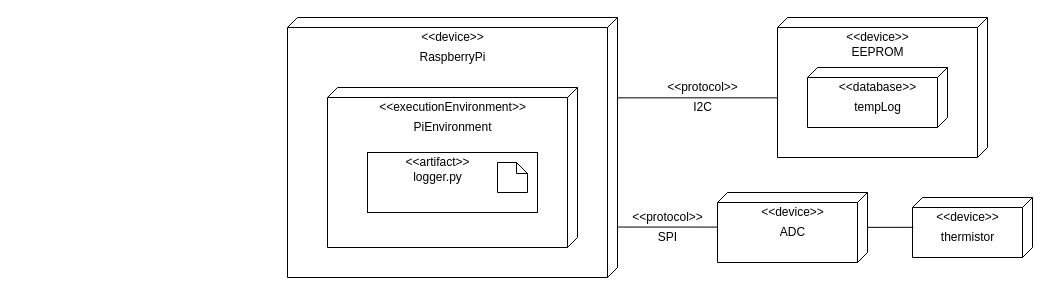
The draw.io diagram diagrams/deploymentdiagram.drawio in hrrhan002/Terrarium-Logger, before the edit. Source tidied: cells renumbered, new cells numbered last; positions are measured from the earlier drawing's top-left corner, leaving out a move shared by most shapes. Both pictures are drawn from the tidied source at 100%, with x=0, y=0 at pixel (287, 17).
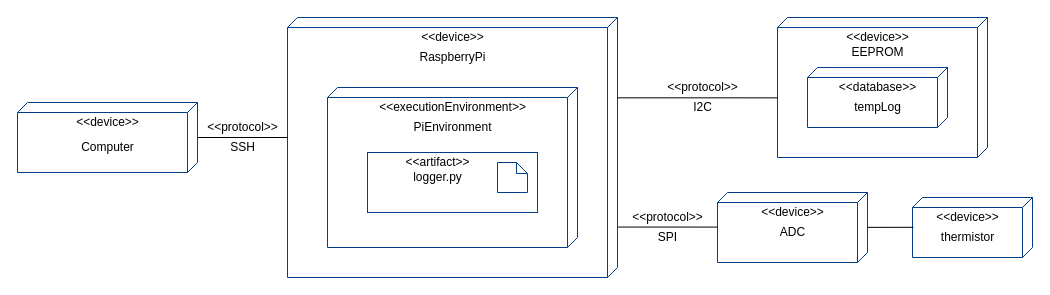
The same page after the edit.

The edit, as a diff of the source:
```diff
@@
-    <mxCell id="2" style="verticalAlign=top;align=center;spacingTop=8;spacingLeft=2;spacingRight=12;shape=cube;size=10;direction=south;fontStyle=4;html=1;" parent="1" vertex="1">
-      <mxGeometry width="330" height="260" as="geometry" />
-    </mxCell>
-    <mxCell id="3" value="&amp;lt;&amp;lt;device&amp;gt;&amp;gt;" style="text;html=1;align=center;verticalAlign=middle;" parent="1" vertex="1">
-      <mxGeometry x="125" y="10" width="80" height="20" as="geometry" />
-    </mxCell>
+    <mxCell id="31" style="verticalAlign=top;align=center;spacingTop=8;spacingLeft=2;spacingRight=12;shape=cube;size=10;direction=south;fontStyle=4;html=1;strokeColor=#003F88;" parent="1" vertex="1">
+      <mxGeometry width="330" height="260" as="geometry" />
+    </mxCell>
+    <mxCell id="32" value="&amp;lt;&amp;lt;device&amp;gt;&amp;gt;" style="text;html=1;align=center;verticalAlign=middle;" parent="1" vertex="1">
+      <mxGeometry x="125" y="10" width="80" height="20" as="geometry" />
+    </mxCell>
@@
-    <mxCell id="5" value="&lt;div&gt;&lt;br&gt;&lt;/div&gt;" style="verticalAlign=top;align=center;spacingTop=8;spacingLeft=2;spacingRight=12;shape=cube;size=10;direction=south;fontStyle=4;html=1;" parent="1" vertex="1">
-      <mxGeometry x="40" y="70" width="250" height="160" as="geometry" />
-    </mxCell>
+    <mxCell id="33" value="&lt;div&gt;&lt;br&gt;&lt;/div&gt;" style="verticalAlign=top;align=center;spacingTop=8;spacingLeft=2;spacingRight=12;shape=cube;size=10;direction=south;fontStyle=4;html=1;strokeColor=#003F88;" parent="1" vertex="1">
+      <mxGeometry x="40" y="70" width="250" height="160" as="geometry" />
+    </mxCell>
@@
-    <mxCell id="8" style="html=1;align=center;" parent="1" vertex="1">
-      <mxGeometry x="80" y="135" width="170" height="60" as="geometry" />
-    </mxCell>
+    <mxCell id="34" style="html=1;align=center;strokeColor=#003F88;" parent="1" vertex="1">
+      <mxGeometry x="80" y="135" width="170" height="60" as="geometry" />
+    </mxCell>
@@
-    <mxCell id="11" style="shape=note2;boundedLbl=1;whiteSpace=wrap;html=1;size=11;verticalAlign=top;align=center;" parent="1" vertex="1">
-      <mxGeometry x="210" y="145" width="30" height="30" as="geometry" />
-    </mxCell>
-    <mxCell id="12" style="verticalAlign=top;align=center;spacingTop=8;spacingLeft=2;spacingRight=12;shape=cube;size=10;direction=south;fontStyle=4;html=1;" parent="1" vertex="1">
-      <mxGeometry x="490" width="210" height="140" as="geometry" />
-    </mxCell>
-    <mxCell id="13" value="&amp;lt;&amp;lt;device&amp;gt;&amp;gt;" style="text;html=1;align=center;verticalAlign=middle;" parent="1" vertex="1">
-      <mxGeometry x="550" y="10" width="80" height="20" as="geometry" />
-    </mxCell>
+    <mxCell id="35" style="shape=note2;boundedLbl=1;whiteSpace=wrap;html=1;size=11;verticalAlign=top;align=center;strokeColor=#003F88;" parent="1" vertex="1">
+      <mxGeometry x="210" y="145" width="30" height="30" as="geometry" />
+    </mxCell>
+    <mxCell id="36" style="verticalAlign=top;align=center;spacingTop=8;spacingLeft=2;spacingRight=12;shape=cube;size=10;direction=south;fontStyle=4;html=1;strokeColor=#003F88;" parent="1" vertex="1">
+      <mxGeometry x="490" width="210" height="140" as="geometry" />
+    </mxCell>
+    <mxCell id="37" value="&amp;lt;&amp;lt;device&amp;gt;&amp;gt;" style="text;html=1;align=center;verticalAlign=middle;" parent="1" vertex="1">
+      <mxGeometry x="550" y="10" width="80" height="20" as="geometry" />
+    </mxCell>
@@
-    <mxCell id="15" style="verticalAlign=top;align=center;spacingTop=8;spacingLeft=2;spacingRight=12;shape=cube;size=10;direction=south;fontStyle=4;html=1;" parent="1" vertex="1">
-      <mxGeometry x="520" y="50" width="140" height="60" as="geometry" />
-    </mxCell>
+    <mxCell id="38" style="verticalAlign=top;align=center;spacingTop=8;spacingLeft=2;spacingRight=12;shape=cube;size=10;direction=south;fontStyle=4;html=1;strokeColor=#003F88;" parent="1" vertex="1">
+      <mxGeometry x="520" y="50" width="140" height="60" as="geometry" />
+    </mxCell>
@@
-    <mxCell id="18" style="endArrow=none;html=1;exitX=0.309;exitY=-0.001;exitDx=0;exitDy=0;exitPerimeter=0;entryX=0.574;entryY=1;entryDx=0;entryDy=0;entryPerimeter=0;" parent="1" edge="1" source="2" target="12">
-      <mxGeometry relative="1" as="geometry" />
-    </mxCell>
-    <mxCell id="19" value="&amp;lt;&amp;lt;protocol&amp;gt;&amp;gt;" style="text;html=1;align=center;verticalAlign=middle;" parent="1" vertex="1">
-      <mxGeometry x="370" y="60" width="90" height="20" as="geometry" />
-    </mxCell>
+    <mxCell id="39" style="endArrow=none;html=1;exitX=0.309;exitY=-0.001;exitDx=0;exitDy=0;exitPerimeter=0;entryX=0.574;entryY=1;entryDx=0;entryDy=0;entryPerimeter=0;" parent="1" edge="1" source="31" target="36">
+      <mxGeometry relative="1" as="geometry" />
+    </mxCell>
+    <mxCell id="40" value="&amp;lt;&amp;lt;protocol&amp;gt;&amp;gt;" style="text;html=1;align=center;verticalAlign=middle;" parent="1" vertex="1">
+      <mxGeometry x="370" y="60" width="90" height="20" as="geometry" />
+    </mxCell>
@@
-    <mxCell id="21" style="verticalAlign=top;align=center;spacingTop=8;spacingLeft=2;spacingRight=12;shape=cube;size=10;direction=south;fontStyle=4;html=1;" parent="1" vertex="1">
-      <mxGeometry x="430" y="175" width="150" height="70" as="geometry" />
-    </mxCell>
-    <mxCell id="22" value="&amp;lt;&amp;lt;device&amp;gt;&amp;gt;" style="text;html=1;align=center;verticalAlign=middle;" parent="1" vertex="1">
-      <mxGeometry x="465" y="185" width="80" height="20" as="geometry" />
-    </mxCell>
+    <mxCell id="41" style="verticalAlign=top;align=center;spacingTop=8;spacingLeft=2;spacingRight=12;shape=cube;size=10;direction=south;fontStyle=4;html=1;strokeColor=#003F88;" parent="1" vertex="1">
+      <mxGeometry x="430" y="175" width="150" height="70" as="geometry" />
+    </mxCell>
+    <mxCell id="42" value="&amp;lt;&amp;lt;device&amp;gt;&amp;gt;" style="text;html=1;align=center;verticalAlign=middle;" parent="1" vertex="1">
+      <mxGeometry x="465" y="185" width="80" height="20" as="geometry" />
+    </mxCell>
@@
-    <mxCell id="24" style="verticalAlign=top;align=center;spacingTop=8;spacingLeft=2;spacingRight=12;shape=cube;size=10;direction=south;fontStyle=4;html=1;" parent="1" vertex="1">
-      <mxGeometry x="625" y="180" width="120" height="60" as="geometry" />
-    </mxCell>
-    <mxCell id="25" value="&amp;lt;&amp;lt;device&amp;gt;&amp;gt;" style="text;html=1;align=center;verticalAlign=middle;" parent="1" vertex="1">
-      <mxGeometry x="640" y="190" width="80" height="20" as="geometry" />
-    </mxCell>
+    <mxCell id="43" style="verticalAlign=top;align=center;spacingTop=8;spacingLeft=2;spacingRight=12;shape=cube;size=10;direction=south;fontStyle=4;html=1;strokeColor=#003F88;" parent="1" vertex="1">
+      <mxGeometry x="625" y="180" width="120" height="60" as="geometry" />
+    </mxCell>
+    <mxCell id="44" value="&amp;lt;&amp;lt;device&amp;gt;&amp;gt;" style="text;html=1;align=center;verticalAlign=middle;" parent="1" vertex="1">
+      <mxGeometry x="640" y="190" width="80" height="20" as="geometry" />
+    </mxCell>
@@
-    <mxCell id="27" style="endArrow=none;html=1;exitX=0.806;exitY=-0.002;exitDx=0;exitDy=0;exitPerimeter=0;entryX=0.494;entryY=1;entryDx=0;entryDy=0;entryPerimeter=0;" parent="1" edge="1" source="2" target="21">
-      <mxGeometry relative="1" as="geometry" />
-    </mxCell>
-    <mxCell id="28" style="endArrow=none;html=1;exitX=0.498;exitY=0;exitDx=0;exitDy=0;exitPerimeter=0;entryX=0.497;entryY=0.993;entryDx=0;entryDy=0;entryPerimeter=0;" parent="1" edge="1" source="21" target="24">
-      <mxGeometry relative="1" as="geometry" />
-    </mxCell>
-    <mxCell id="29" value="&amp;lt;&amp;lt;protocol&amp;gt;&amp;gt;" style="text;html=1;align=center;verticalAlign=middle;" parent="1" vertex="1">
-      <mxGeometry x="335" y="190" width="90" height="20" as="geometry" />
-    </mxCell>
+    <mxCell id="45" style="endArrow=none;html=1;exitX=0.806;exitY=-0.002;exitDx=0;exitDy=0;exitPerimeter=0;entryX=0.494;entryY=1;entryDx=0;entryDy=0;entryPerimeter=0;" parent="1" edge="1" source="31" target="41">
+      <mxGeometry relative="1" as="geometry" />
+    </mxCell>
+    <mxCell id="46" style="endArrow=none;html=1;exitX=0.498;exitY=0;exitDx=0;exitDy=0;exitPerimeter=0;entryX=0.497;entryY=0.993;entryDx=0;entryDy=0;entryPerimeter=0;" parent="1" edge="1" source="41" target="43">
+      <mxGeometry relative="1" as="geometry" />
+    </mxCell>
+    <mxCell id="47" value="&amp;lt;&amp;lt;protocol&amp;gt;&amp;gt;" style="text;html=1;align=center;verticalAlign=middle;" parent="1" vertex="1">
+      <mxGeometry x="335" y="190" width="90" height="20" as="geometry" />
+    </mxCell>
@@
+    <mxCell id="48" value="&lt;div&gt;&lt;br&gt;&lt;/div&gt;" style="verticalAlign=top;align=center;spacingTop=8;spacingLeft=2;spacingRight=12;shape=cube;size=10;direction=south;fontStyle=4;html=1;strokeColor=#003F88;" parent="1" vertex="1">
+      <mxGeometry x="-270" y="85" width="180" height="70" as="geometry" />
+    </mxCell>
+    <mxCell id="49" value="&amp;lt;&amp;lt;device&amp;gt;&amp;gt;" style="text;html=1;align=center;verticalAlign=middle;" parent="1" vertex="1">
+      <mxGeometry x="-220" y="95" width="80" height="20" as="geometry" />
+    </mxCell>
+    <mxCell id="50" value="Computer" style="text;html=1;align=center;verticalAlign=middle;" parent="1" vertex="1">
+      <mxGeometry x="-215" y="120" width="70" height="20" as="geometry" />
+    </mxCell>
+    <mxCell id="51" style="endArrow=none;html=1;" parent="1" edge="1">
+      <mxGeometry relative="1" as="geometry">
+        <mxPoint x="-90" y="120" as="sourcePoint" />
+        <mxPoint y="120" as="targetPoint" />
+      </mxGeometry>
+    </mxCell>
+    <mxCell id="52" value="&amp;lt;&amp;lt;protocol&amp;gt;&amp;gt;" style="text;html=1;align=center;verticalAlign=middle;" parent="1" vertex="1">
+      <mxGeometry x="-90" y="100" width="90" height="20" as="geometry" />
+    </mxCell>
+    <mxCell id="53" value="SSH" style="text;html=1;align=center;verticalAlign=middle;" parent="1" vertex="1">
+      <mxGeometry x="-65" y="120" width="40" height="20" as="geometry" />
+    </mxCell>
```
